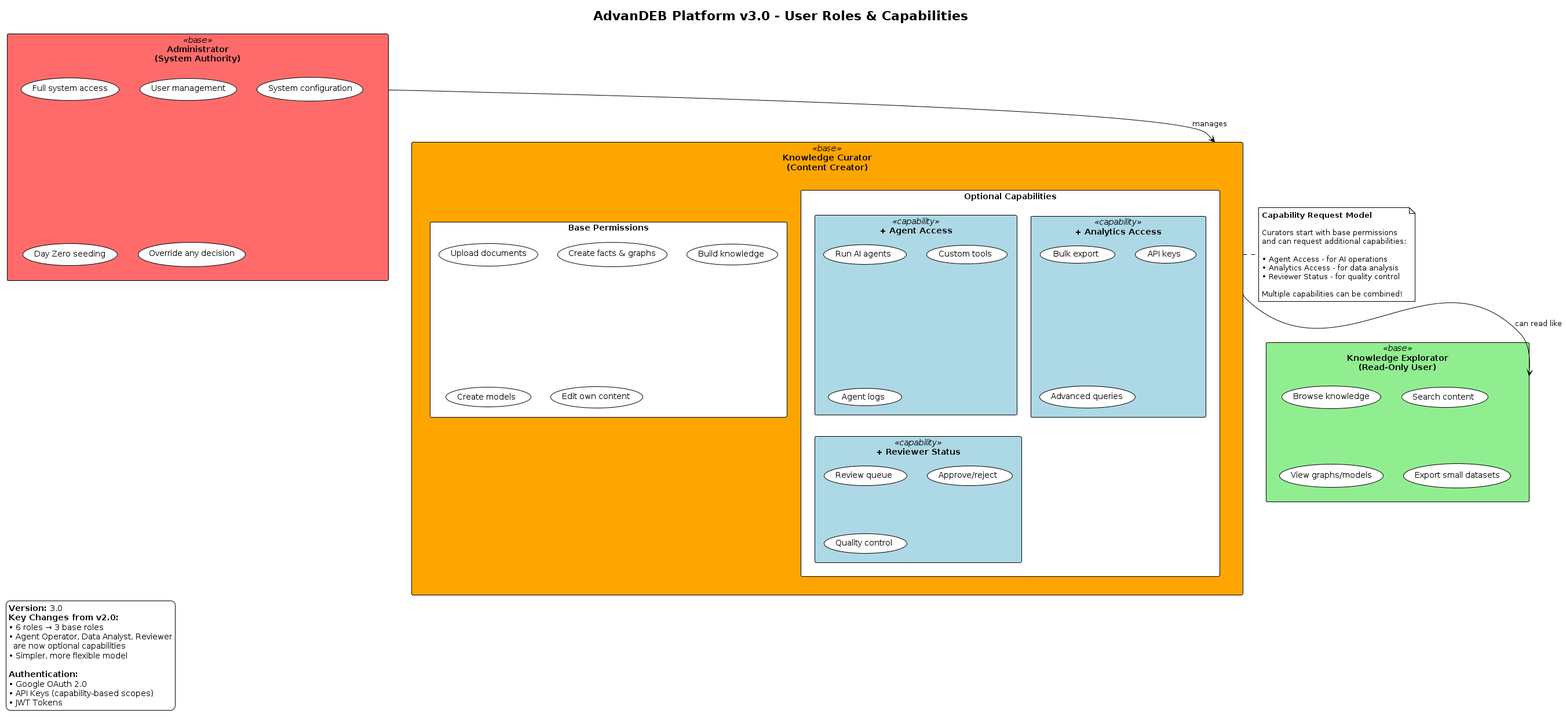
This is docs/diagrams/roles-overview.png from AdvanDEB/advandeb, a PlantUML export, as it was before one commit. Source of this version:
```plantuml
@startuml
!theme plain

title AdvanDEB Platform v3.0 - User Roles & Capabilities

skinparam rectangle {
    BackgroundColor<<base>> LightYellow
    BackgroundColor<<capability>> LightBlue
    BorderColor Black
}

rectangle "**Administrator**\n(System Authority)" as Admin <<base>> #FF6B6B {
    (Full system access)
    (User management)
    (System configuration)
    (Day Zero seeding)
    (Override any decision)
}

rectangle "**Knowledge Curator**\n(Content Creator)" as Curator <<base>> #FFA500 {
    rectangle "Base Permissions" as CuratorBase {
        (Upload documents)
        (Create facts & graphs)
        (Build knowledge)
        (Create models)
        (Edit own content)
    }

    rectangle "Optional Capabilities" as Caps {
        rectangle "**+ Agent Access**" as AgentCap <<capability>> {
            (Run AI agents)
            (Custom tools)
            (Agent logs)
        }

        rectangle "**+ Analytics Access**" as AnalyticsCap <<capability>> {
            (Bulk export)
            (API keys)
            (Advanced queries)
        }

        rectangle "**+ Reviewer Status**" as ReviewerCap <<capability>> {
            (Review queue)
            (Approve/reject)
            (Quality control)
        }
    }
}

rectangle "**Knowledge Explorator**\n(Read-Only User)" as Explorator <<base>> #90EE90 {
    (Browse knowledge)
    (Search content)
    (View graphs/models)
    (Export small datasets)
}

Admin -down-> Curator : manages
Curator -down-> Explorator : can read like

note right of Curator
    **Capability Request Model**

    Curators start with base permissions
    and can request additional capabilities:

    • Agent Access - for AI operations
    • Analytics Access - for data analysis
    • Reviewer Status - for quality control

    Multiple capabilities can be combined!
end note

legend left
    **Version:** 3.0
    **Key Changes from v2.0:**
    • 6 roles → 3 base roles
    • Agent Operator, Data Analyst, Reviewer
      are now optional capabilities
    • Simpler, more flexible model

    **Authentication:**
    • Google OAuth 2.0
    • API Keys (capability-based scopes)
    • JWT Tokens
end legend

@enduml
```
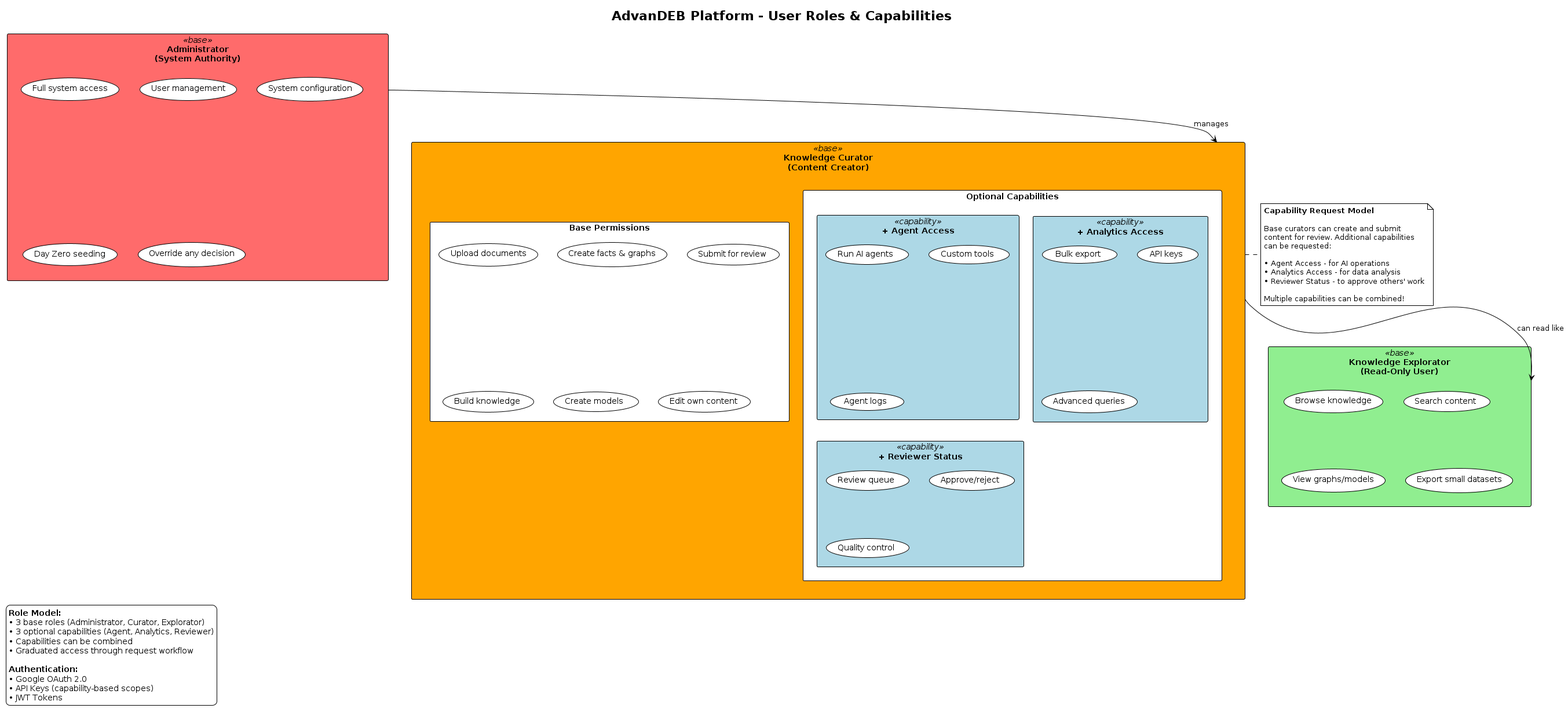
After the change.

Diff of the diagram source:
```diff
@@ -1,7 +1,7 @@
 @startuml
 !theme plain
 
-title AdvanDEB Platform v3.0 - User Roles & Capabilities
+title AdvanDEB Platform - User Roles & Capabilities
 
 skinparam rectangle {
     BackgroundColor<<base>> LightYellow
@@ -21,6 +21,7 @@
     rectangle "Base Permissions" as CuratorBase {
         (Upload documents)
         (Create facts & graphs)
+        (Submit for review)
         (Build knowledge)
         (Create models)
         (Edit own content)
@@ -60,23 +61,23 @@
 note right of Curator
     **Capability Request Model**
 
-    Curators start with base permissions
-    and can request additional capabilities:
+    Base curators can create and submit
+    content for review. Additional capabilities
+    can be requested:
 
     • Agent Access - for AI operations
     • Analytics Access - for data analysis
-    • Reviewer Status - for quality control
+    • Reviewer Status - to approve others' work
 
     Multiple capabilities can be combined!
 end note
 
 legend left
-    **Version:** 3.0
-    **Key Changes from v2.0:**
-    • 6 roles → 3 base roles
-    • Agent Operator, Data Analyst, Reviewer
-      are now optional capabilities
-    • Simpler, more flexible model
+    **Role Model:**
+    • 3 base roles (Administrator, Curator, Explorator)
+    • 3 optional capabilities (Agent, Analytics, Reviewer)
+    • Capabilities can be combined
+    • Graduated access through request workflow
 
     **Authentication:**
     • Google OAuth 2.0
```
